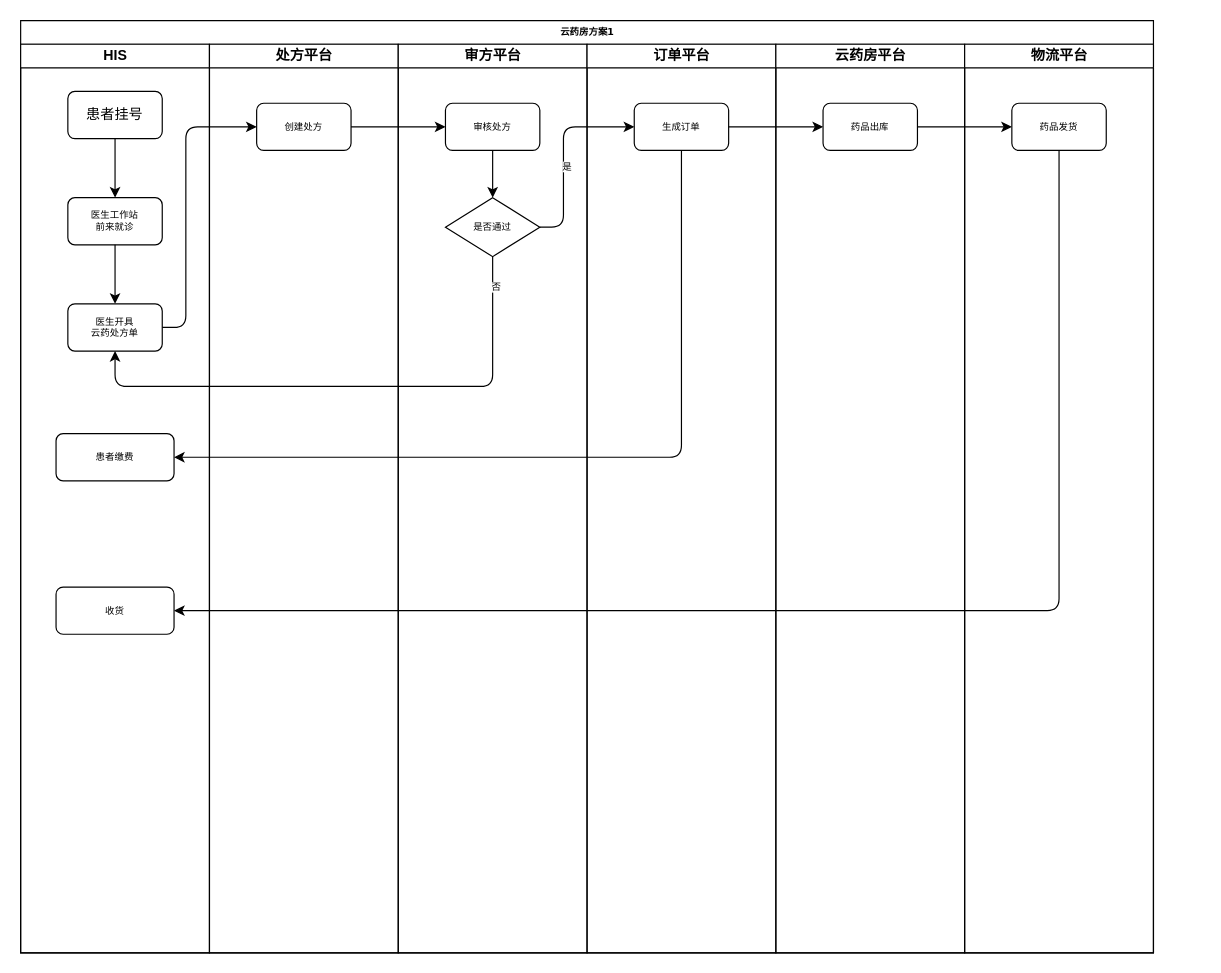
Before: designChart/微医_流程图_云药房.drawio in cssyusyu/MyDesignDocument, a draw.io diagram. Source tidied: cells renumbered, new cells numbered last; positions are measured from the earlier drawing's top-left corner, leaving out a move shared by most shapes. Both pictures are drawn from the tidied source at 118%, with x=0, y=0 at pixel (20, 20).
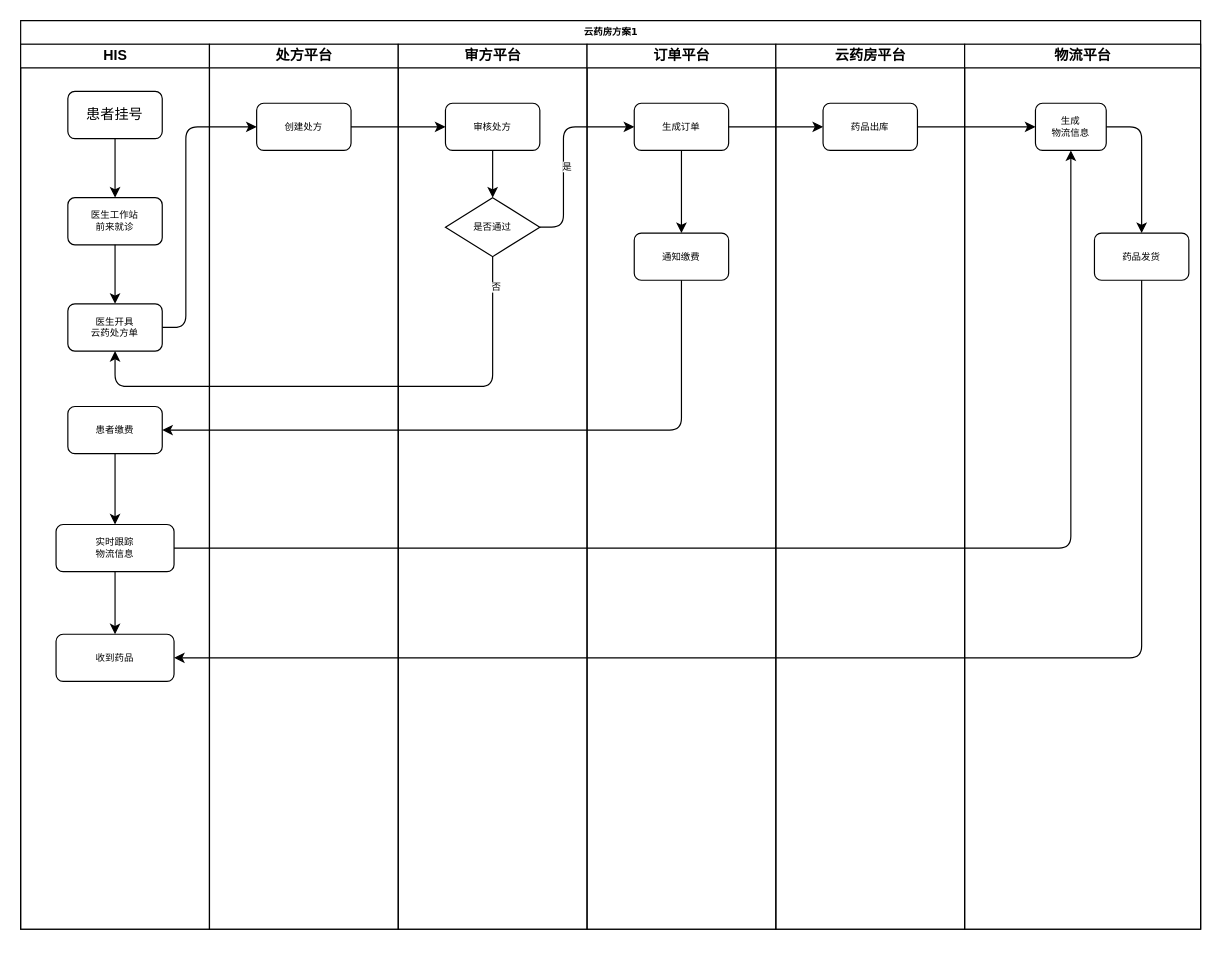
Above is the later version.

Commit message:
更新微医_流程图_云药房.drawio

The change refers to these unchanged cells:
```xml
<mxCell id="4" value="&lt;font style=&quot;font-size: 12px&quot;&gt;患者挂号&lt;/font&gt;" style="rounded=1;whiteSpace=wrap;html=1;shadow=0;labelBackgroundColor=none;strokeWidth=1;fontFamily=Verdana;fontSize=8;align=center;spacing=2;" parent="3" vertex="1">
  <mxGeometry x="40" y="40" width="80" height="40" as="geometry" />
</mxCell>
<mxCell id="5" value="医生工作站&lt;br&gt;前来就诊" style="rounded=1;whiteSpace=wrap;html=1;shadow=0;labelBackgroundColor=none;strokeWidth=1;fontFamily=Verdana;fontSize=8;align=center;spacing=2;" parent="3" vertex="1">
  <mxGeometry x="40" y="130" width="80" height="40" as="geometry" />
</mxCell>
<mxCell id="17" value="生成订单" style="rounded=1;whiteSpace=wrap;html=1;shadow=0;labelBackgroundColor=none;strokeWidth=1;fontFamily=Verdana;fontSize=8;align=center;spacing=2;" parent="16" vertex="1">
  <mxGeometry x="40" y="50" width="80" height="40" as="geometry" />
</mxCell>
<mxCell id="19" value="药品出库" style="rounded=1;whiteSpace=wrap;html=1;shadow=0;labelBackgroundColor=none;strokeWidth=1;fontFamily=Verdana;fontSize=8;align=center;spacing=2;" parent="18" vertex="1">
  <mxGeometry x="40" y="50" width="80" height="40" as="geometry" />
</mxCell>
```

Change to the diagram source:
```diff
@@
     <mxCell id="2" value="云药房方案1" style="swimlane;html=1;startSize=20;rounded=0;shadow=0;labelBackgroundColor=none;strokeWidth=1;fontFamily=Verdana;fontSize=8;align=center;" parent="1" vertex="1">
-      <mxGeometry width="960" height="790" as="geometry" />
+      <mxGeometry width="1000" height="770" as="geometry" />
     </mxCell>
     <mxCell id="3" value="HIS" style="swimlane;html=1;startSize=20;" parent="2" vertex="1">
-      <mxGeometry y="20" width="160" height="770" as="geometry" />
+      <mxGeometry y="20" width="160" height="750" as="geometry" />
     </mxCell>
@@
+    <mxCell id="33" value="收到药品" style="rounded=1;whiteSpace=wrap;html=1;shadow=0;labelBackgroundColor=none;strokeWidth=1;fontFamily=Verdana;fontSize=8;align=center;spacing=2;" parent="3" vertex="1">
+      <mxGeometry x="30" y="500" width="100" height="40" as="geometry" />
+    </mxCell>
+    <mxCell id="9" value="医生开具&lt;br&gt;云药处方单" style="rounded=1;whiteSpace=wrap;html=1;shadow=0;labelBackgroundColor=none;strokeWidth=1;fontFamily=Verdana;fontSize=8;align=center;spacing=2;" parent="3" vertex="1">
+      <mxGeometry x="40" y="220" width="80" height="40" as="geometry" />
+    </mxCell>
+    <mxCell id="34" value="实时跟踪&lt;br&gt;物流信息" style="rounded=1;whiteSpace=wrap;html=1;shadow=0;labelBackgroundColor=none;strokeWidth=1;fontFamily=Verdana;fontSize=8;align=center;spacing=2;" parent="3" vertex="1">
+      <mxGeometry x="30" y="407" width="100" height="40" as="geometry" />
+    </mxCell>
+    <mxCell id="35" style="endArrow=classic;html=1;fontSize=8;fontColor=#000000;exitX=0.5;exitY=1;exitDx=0;exitDy=0;entryX=0.5;entryY=0;entryDx=0;entryDy=0;" parent="3" edge="1" source="7" target="34">
+      <mxGeometry relative="1" as="geometry" />
+    </mxCell>
     <mxCell id="7" value="患者缴费" style="rounded=1;whiteSpace=wrap;html=1;shadow=0;labelBackgroundColor=none;strokeWidth=1;fontFamily=Verdana;fontSize=8;align=center;spacing=2;" parent="3" vertex="1">
-      <mxGeometry x="30" y="330" width="100" height="40" as="geometry" />
+      <mxGeometry x="40" y="307" width="80" height="40" as="geometry" />
     </mxCell>
-    <mxCell id="8" value="收货" style="rounded=1;whiteSpace=wrap;html=1;shadow=0;labelBackgroundColor=none;strokeWidth=1;fontFamily=Verdana;fontSize=8;align=center;spacing=2;" parent="3" vertex="1">
-      <mxGeometry x="30" y="460" width="100" height="40" as="geometry" />
-    </mxCell>
-    <mxCell id="9" value="医生开具&lt;br&gt;云药处方单" style="rounded=1;whiteSpace=wrap;html=1;shadow=0;labelBackgroundColor=none;strokeWidth=1;fontFamily=Verdana;fontSize=8;align=center;spacing=2;" parent="3" vertex="1">
-      <mxGeometry x="40" y="220" width="80" height="40" as="geometry" />
-    </mxCell>
+    <mxCell id="36" style="endArrow=classic;html=1;fontSize=8;fontColor=#000000;exitX=0.5;exitY=1;exitDx=0;exitDy=0;" parent="3" edge="1" source="34" target="33">
+      <mxGeometry relative="1" as="geometry" />
+    </mxCell>
+    <mxCell id="37" style="endArrow=classic;html=1;fontSize=8;fontColor=#000000;exitX=0.5;exitY=1;exitDx=0;exitDy=0;entryX=0.5;entryY=0;entryDx=0;entryDy=0;" parent="3" edge="1" source="4" target="5">
+      <mxGeometry relative="1" as="geometry" />
+    </mxCell>
     <mxCell id="10" value="处方平台" style="swimlane;html=1;startSize=20;" parent="2" vertex="1">
-      <mxGeometry x="160" y="20" width="160" height="770" as="geometry" />
+      <mxGeometry x="160" y="20" width="160" height="750" as="geometry" />
     </mxCell>
@@
     <mxCell id="12" value="审方平台" style="swimlane;html=1;startSize=20;" parent="2" vertex="1">
-      <mxGeometry x="320" y="20" width="160" height="770" as="geometry" />
+      <mxGeometry x="320" y="20" width="160" height="750" as="geometry" />
     </mxCell>
@@
     <mxCell id="16" value="订单平台" style="swimlane;html=1;startSize=20;" parent="2" vertex="1">
-      <mxGeometry x="480" y="20" width="160" height="770" as="geometry" />
+      <mxGeometry x="480" y="20" width="160" height="750" as="geometry" />
     </mxCell>
@@
+    <mxCell id="38" value="通知缴费" style="rounded=1;whiteSpace=wrap;html=1;shadow=0;labelBackgroundColor=none;strokeWidth=1;fontFamily=Verdana;fontSize=8;align=center;spacing=2;" parent="16" vertex="1">
+      <mxGeometry x="40" y="160" width="80" height="40" as="geometry" />
+    </mxCell>
+    <mxCell id="39" style="endArrow=classic;html=1;fontSize=8;fontColor=#000000;exitX=0.5;exitY=1;exitDx=0;exitDy=0;" parent="16" edge="1" source="17" target="38">
+      <mxGeometry relative="1" as="geometry" />
+    </mxCell>
     <mxCell id="18" value="云药房平台" style="swimlane;html=1;startSize=20;" parent="2" vertex="1">
-      <mxGeometry x="640" y="20" width="160" height="770" as="geometry" />
+      <mxGeometry x="640" y="20" width="160" height="750" as="geometry" />
     </mxCell>
@@
     <mxCell id="20" value="物流平台" style="swimlane;html=1;startSize=20;" parent="2" vertex="1">
-      <mxGeometry x="800" y="20" width="160" height="770" as="geometry" />
+      <mxGeometry x="800" y="20" width="200" height="750" as="geometry" />
     </mxCell>
+    <mxCell id="40" value="生成&lt;br&gt;物流信息" style="rounded=1;whiteSpace=wrap;html=1;shadow=0;labelBackgroundColor=none;strokeWidth=1;fontFamily=Verdana;fontSize=8;align=center;spacing=2;" parent="20" vertex="1">
+      <mxGeometry x="60" y="50" width="60" height="40" as="geometry" />
+    </mxCell>
+    <mxCell id="41" style="endArrow=classic;html=1;exitX=1;exitY=0.5;exitDx=0;exitDy=0;entryX=0.5;entryY=0;entryDx=0;entryDy=0;edgeStyle=orthogonalEdgeStyle;" parent="20" edge="1" source="40" target="21">
+      <mxGeometry relative="1" as="geometry" />
+    </mxCell>
     <mxCell id="21" value="药品发货" style="rounded=1;whiteSpace=wrap;html=1;shadow=0;labelBackgroundColor=none;strokeWidth=1;fontFamily=Verdana;fontSize=8;align=center;spacing=2;" parent="20" vertex="1">
-      <mxGeometry x="40" y="50" width="80" height="40" as="geometry" />
+      <mxGeometry x="110" y="160" width="80" height="40" as="geometry" />
     </mxCell>
@@
-    <mxCell id="27" style="endArrow=classic;html=1;fontSize=8;fontColor=#000000;exitX=1;exitY=0.5;exitDx=0;exitDy=0;entryX=0;entryY=0.5;entryDx=0;entryDy=0;" parent="2" edge="1" source="19" target="21">
-      <mxGeometry relative="1" as="geometry" />
-    </mxCell>
+    <mxCell id="42" style="endArrow=classic;html=1;fontSize=8;fontColor=#000000;exitX=1;exitY=0.5;exitDx=0;exitDy=0;entryX=0;entryY=0.5;entryDx=0;entryDy=0;" parent="2" edge="1" source="19" target="40">
+      <mxGeometry relative="1" as="geometry" />
+    </mxCell>
@@
-    <mxCell id="30" style="endArrow=classic;html=1;fontSize=8;fontColor=#000000;exitX=0.5;exitY=1;exitDx=0;exitDy=0;entryX=1;entryY=0.5;entryDx=0;entryDy=0;edgeStyle=orthogonalEdgeStyle;" parent="2" edge="1" source="17" target="7">
-      <mxGeometry relative="1" as="geometry" />
-    </mxCell>
-    <mxCell id="31" style="endArrow=classic;html=1;fontSize=8;fontColor=#000000;entryX=1;entryY=0.5;entryDx=0;entryDy=0;exitX=0.5;exitY=1;exitDx=0;exitDy=0;edgeStyle=orthogonalEdgeStyle;" parent="2" edge="1" source="21" target="8">
-      <mxGeometry relative="1" as="geometry" />
-    </mxCell>
-    <mxCell id="32" style="endArrow=classic;html=1;fontSize=8;fontColor=#000000;exitX=0.5;exitY=1;exitDx=0;exitDy=0;" parent="1" edge="1" source="4">
-      <mxGeometry relative="1" as="geometry">
-        <mxPoint x="80" y="150" as="targetPoint" />
-      </mxGeometry>
-    </mxCell>
+    <mxCell id="43" style="endArrow=classic;html=1;fontSize=8;fontColor=#000000;exitX=0.5;exitY=1;exitDx=0;exitDy=0;entryX=1;entryY=0.5;entryDx=0;entryDy=0;edgeStyle=orthogonalEdgeStyle;" parent="2" edge="1" source="38" target="7">
+      <mxGeometry relative="1" as="geometry" />
+    </mxCell>
+    <mxCell id="44" style="endArrow=classic;html=1;fontSize=8;fontColor=#000000;entryX=1;entryY=0.5;entryDx=0;entryDy=0;exitX=0.5;exitY=1;exitDx=0;exitDy=0;edgeStyle=orthogonalEdgeStyle;" parent="2" edge="1" source="21" target="33">
+      <mxGeometry relative="1" as="geometry" />
+    </mxCell>
+    <mxCell id="45" style="endArrow=classic;html=1;fontSize=8;fontColor=#000000;entryX=0.5;entryY=1;entryDx=0;entryDy=0;exitX=1;exitY=0.5;exitDx=0;exitDy=0;edgeStyle=orthogonalEdgeStyle;" parent="2" edge="1" source="34" target="40">
+      <mxGeometry relative="1" as="geometry" />
+    </mxCell>
```
